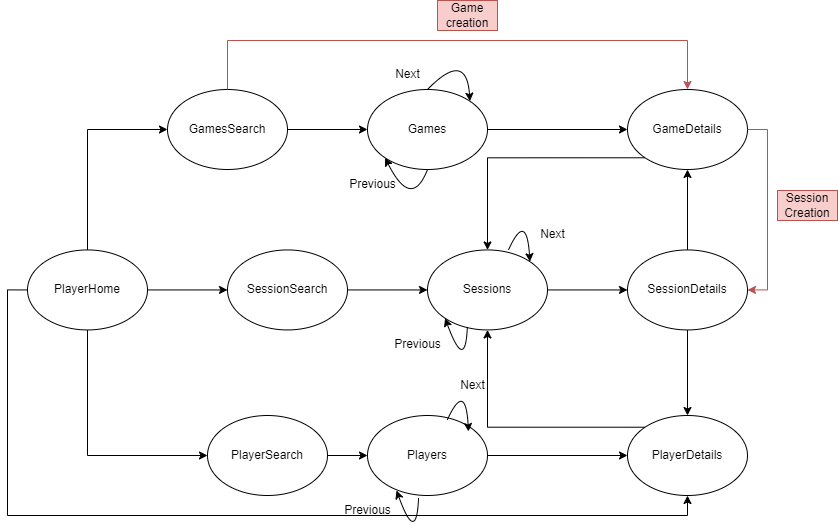
Above: Docs/SPA/SPA.drawio.png in isel-leic-ls/2324-2-LEIC42D-G06 (draw.io), before the change. Source tidied: cells renumbered, new cells last; positions are measured from the earlier drawing's top-left corner, leaving out a move shared by most shapes.
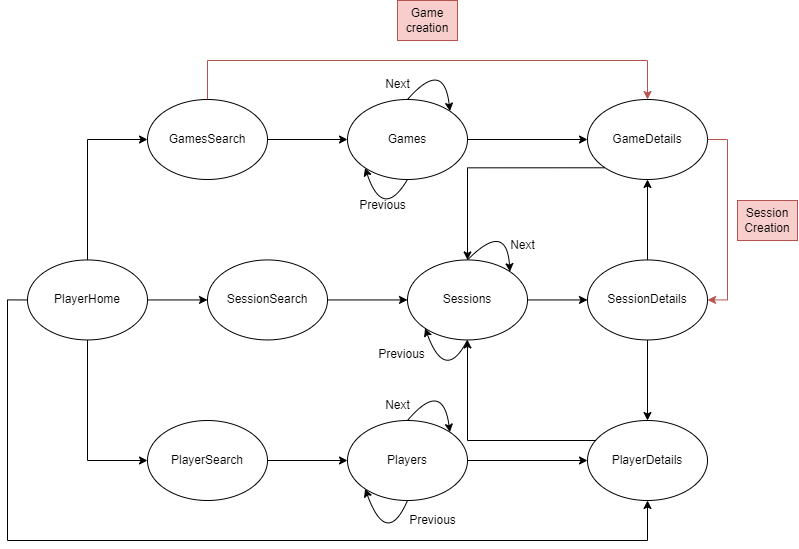
Above is the later version.

Change to the diagram source:
```diff
@@ -12,28 +12,34 @@
       <mxGeometry relative="1" as="geometry" />
     </mxCell>
     <mxCell id="5" style="edgeStyle=orthogonalEdgeStyle;rounded=0;jettySize=auto;html=1;exitX=0;exitY=0.5;exitDx=0;exitDy=0;entryX=0.5;entryY=1;entryDx=0;entryDy=0;" parent="1" edge="1" source="6" target="17">
-      <mxGeometry relative="1" as="geometry" />
+      <mxGeometry relative="1" as="geometry">
+        <Array as="points">
+          <mxPoint x="-40" y="289" />
+          <mxPoint x="-40" y="530" />
+          <mxPoint x="600" y="530" />
+        </Array>
+      </mxGeometry>
     </mxCell>
     <mxCell id="6" value="PlayerHome" style="ellipse;whiteSpace=wrap;html=1;rotation=0;" parent="1" vertex="1">
-      <mxGeometry y="249.4" width="120" height="80" as="geometry" />
+      <mxGeometry x="-20" y="249.4" width="120" height="80" as="geometry" />
     </mxCell>
     <mxCell id="7" style="edgeStyle=orthogonalEdgeStyle;rounded=0;jettySize=auto;html=1;exitX=1;exitY=0.5;exitDx=0;exitDy=0;" parent="1" edge="1" source="8" target="23">
       <mxGeometry relative="1" as="geometry" />
     </mxCell>
     <mxCell id="8" value="GamesSearch" style="ellipse;whiteSpace=wrap;html=1;rotation=0;" parent="1" vertex="1">
-      <mxGeometry x="140" y="89" width="120" height="80" as="geometry" />
+      <mxGeometry x="100" y="89" width="120" height="80" as="geometry" />
     </mxCell>
     <mxCell id="9" style="edgeStyle=orthogonalEdgeStyle;rounded=0;jettySize=auto;html=1;exitX=1;exitY=0.5;exitDx=0;exitDy=0;entryX=0;entryY=0.5;entryDx=0;entryDy=0;" parent="1" edge="1" source="10" target="12">
       <mxGeometry relative="1" as="geometry" />
     </mxCell>
     <mxCell id="10" value="SessionSearch" style="ellipse;whiteSpace=wrap;html=1;rotation=0;" parent="1" vertex="1">
-      <mxGeometry x="200" y="249.4" width="120" height="80" as="geometry" />
+      <mxGeometry x="160" y="249.4" width="120" height="80" as="geometry" />
     </mxCell>
     <mxCell id="11" style="edgeStyle=orthogonalEdgeStyle;rounded=0;jettySize=auto;html=1;exitX=1;exitY=0.5;exitDx=0;exitDy=0;entryX=0;entryY=0.5;entryDx=0;entryDy=0;" parent="1" edge="1" source="12" target="15">
       <mxGeometry relative="1" as="geometry" />
     </mxCell>
     <mxCell id="12" value="Sessions" style="ellipse;whiteSpace=wrap;html=1;rotation=0;" parent="1" vertex="1">
-      <mxGeometry x="400" y="249.4" width="120" height="80" as="geometry" />
+      <mxGeometry x="360" y="249.4" width="120" height="80" as="geometry" />
     </mxCell>
     <mxCell id="13" style="edgeStyle=orthogonalEdgeStyle;rounded=0;jettySize=auto;html=1;exitX=0.5;exitY=0;exitDx=0;exitDy=0;entryX=0.5;entryY=1;entryDx=0;entryDy=0;" parent="1" edge="1" source="15" target="19">
       <mxGeometry relative="1" as="geometry" />
@@ -42,118 +48,124 @@
       <mxGeometry relative="1" as="geometry" />
     </mxCell>
     <mxCell id="15" value="SessionDetails" style="ellipse;whiteSpace=wrap;html=1;rotation=0;" parent="1" vertex="1">
-      <mxGeometry x="600" y="249.4" width="120" height="80" as="geometry" />
+      <mxGeometry x="540" y="249.4" width="120" height="80" as="geometry" />
     </mxCell>
     <mxCell id="16" style="edgeStyle=orthogonalEdgeStyle;rounded=0;jettySize=auto;html=1;exitX=0;exitY=0;exitDx=0;exitDy=0;entryX=0.5;entryY=1;entryDx=0;entryDy=0;" parent="1" edge="1" source="17" target="12">
-      <mxGeometry relative="1" as="geometry" />
+      <mxGeometry relative="1" as="geometry">
+        <Array as="points">
+          <mxPoint x="558" y="430" />
+          <mxPoint x="420" y="430" />
+        </Array>
+      </mxGeometry>
     </mxCell>
     <mxCell id="17" value="PlayerDetails" style="ellipse;whiteSpace=wrap;html=1;rotation=0;" parent="1" vertex="1">
-      <mxGeometry x="600" y="415" width="120" height="80" as="geometry" />
+      <mxGeometry x="540" y="410" width="120" height="80" as="geometry" />
     </mxCell>
     <mxCell id="18" style="edgeStyle=orthogonalEdgeStyle;rounded=0;jettySize=auto;html=1;exitX=0;exitY=1;exitDx=0;exitDy=0;entryX=0.5;entryY=0;entryDx=0;entryDy=0;" parent="1" edge="1" source="19" target="12">
       <mxGeometry relative="1" as="geometry" />
     </mxCell>
     <mxCell id="19" value="GameDetails" style="ellipse;whiteSpace=wrap;html=1;rotation=0;" parent="1" vertex="1">
-      <mxGeometry x="600" y="89" width="120" height="80" as="geometry" />
+      <mxGeometry x="540" y="89" width="120" height="80" as="geometry" />
     </mxCell>
     <mxCell id="20" value="Previous" style="text;html=1;align=center;verticalAlign=middle;strokeColor=none;fillColor=none;" parent="1" vertex="1">
-      <mxGeometry x="355" y="329.4" width="70" height="30" as="geometry" />
+      <mxGeometry x="319" y="329.4" width="70" height="30" as="geometry" />
     </mxCell>
     <mxCell id="21" value="Next" style="text;html=1;align=center;verticalAlign=middle;strokeColor=none;fillColor=none;" parent="1" vertex="1">
-      <mxGeometry x="500" y="219.4" width="50" height="30" as="geometry" />
+      <mxGeometry x="450" y="220" width="50" height="30" as="geometry" />
     </mxCell>
     <mxCell id="22" style="edgeStyle=orthogonalEdgeStyle;rounded=0;jettySize=auto;html=1;exitX=1;exitY=0.5;exitDx=0;exitDy=0;entryX=0;entryY=0.5;entryDx=0;entryDy=0;" parent="1" edge="1" source="23" target="19">
       <mxGeometry relative="1" as="geometry" />
     </mxCell>
     <mxCell id="23" value="Games" style="ellipse;whiteSpace=wrap;html=1;rotation=0;" parent="1" vertex="1">
-      <mxGeometry x="340" y="89" width="120" height="80" as="geometry" />
+      <mxGeometry x="300" y="89" width="120" height="80" as="geometry" />
     </mxCell>
     <mxCell id="24" value="Next" style="text;html=1;align=center;verticalAlign=middle;strokeColor=none;fillColor=none;" parent="1" vertex="1">
-      <mxGeometry x="355" y="59" width="50" height="30" as="geometry" />
+      <mxGeometry x="325" y="59" width="50" height="30" as="geometry" />
     </mxCell>
     <mxCell id="25" value="Previous" style="text;html=1;align=center;verticalAlign=middle;strokeColor=none;fillColor=none;" parent="1" vertex="1">
-      <mxGeometry x="310" y="169" width="70" height="30" as="geometry" />
+      <mxGeometry x="300" y="180" width="70" height="30" as="geometry" />
     </mxCell>
-    <mxCell id="26" style="curved=1;endArrow=classic;html=1;rounded=0;exitX=0.5;exitY=0;exitDx=0;exitDy=0;entryX=1;entryY=0;entryDx=0;entryDy=0;" parent="1" edge="1" source="23" target="23">
-      <mxGeometry relative="1" as="geometry">
-        <Array as="points">
-          <mxPoint x="439" y="49" />
-        </Array>
-      </mxGeometry>
-    </mxCell>
-    <mxCell id="27" style="curved=1;endArrow=classic;html=1;rounded=0;exitX=0.5;exitY=1;exitDx=0;exitDy=0;entryX=0;entryY=1;entryDx=0;entryDy=0;" parent="1" edge="1" source="23" target="23">
-      <mxGeometry relative="1" as="geometry">
-        <Array as="points">
-          <mxPoint x="384" y="210" />
-        </Array>
-      </mxGeometry>
-    </mxCell>
-    <mxCell id="28" style="curved=1;endArrow=classic;html=1;rounded=0;exitX=0.676;exitY=-0.004;exitDx=0;exitDy=0;entryX=1;entryY=0;entryDx=0;entryDy=0;exitPerimeter=0;" parent="1" edge="1" source="12" target="12">
+    <mxCell id="28" style="curved=1;endArrow=classic;html=1;rounded=0;exitX=0.5;exitY=0;exitDx=0;exitDy=0;entryX=1;entryY=0;entryDx=0;entryDy=0;" parent="1" edge="1" source="12" target="12">
       <mxGeometry relative="1" as="geometry">
         <Array as="points">
-          <mxPoint x="499" y="210" />
+          <mxPoint x="459" y="210" />
         </Array>
       </mxGeometry>
     </mxCell>
-    <mxCell id="29" style="curved=1;endArrow=classic;html=1;rounded=0;exitX=0.332;exitY=0.961;exitDx=0;exitDy=0;entryX=0;entryY=1;entryDx=0;entryDy=0;exitPerimeter=0;" parent="1" edge="1" source="12" target="12">
+    <mxCell id="29" style="curved=1;endArrow=classic;html=1;rounded=0;exitX=0.5;exitY=1;exitDx=0;exitDy=0;entryX=0;entryY=1;entryDx=0;entryDy=0;" parent="1" edge="1" source="12" target="12">
       <mxGeometry relative="1" as="geometry">
         <Array as="points">
-          <mxPoint x="437.9" y="372.7" />
+          <mxPoint x="397.9" y="372.7" />
         </Array>
       </mxGeometry>
     </mxCell>
     <mxCell id="30" value="Game creation" style="text;html=1;align=center;verticalAlign=middle;whiteSpace=wrap;rounded=0;fillColor=#f8cecc;strokeColor=#b85450;" parent="1" vertex="1">
-      <mxGeometry x="410" width="60" height="30" as="geometry" />
+      <mxGeometry x="350" y="-10" width="60" height="40" as="geometry" />
     </mxCell>
     <mxCell id="31" value="Session Creation" style="text;html=1;align=center;verticalAlign=middle;whiteSpace=wrap;rounded=0;fillColor=#f8cecc;strokeColor=#b85450;" parent="1" vertex="1">
-      <mxGeometry x="750" y="190" width="60" height="30" as="geometry" />
+      <mxGeometry x="690" y="190" width="60" height="40" as="geometry" />
     </mxCell>
     <mxCell id="32" style="edgeStyle=orthogonalEdgeStyle;rounded=0;jettySize=auto;html=1;entryX=0.5;entryY=0;entryDx=0;entryDy=0;fillColor=#f8cecc;strokeColor=#b85450;" parent="1" edge="1" source="8" target="19">
       <mxGeometry relative="1" as="geometry">
         <Array as="points">
-          <mxPoint x="200" y="40" />
-          <mxPoint x="660" y="40" />
+          <mxPoint x="160" y="50" />
+          <mxPoint x="600" y="50" />
         </Array>
       </mxGeometry>
     </mxCell>
     <mxCell id="33" style="edgeStyle=orthogonalEdgeStyle;rounded=0;jettySize=auto;html=1;exitX=1;exitY=0.5;exitDx=0;exitDy=0;entryX=1;entryY=0.5;entryDx=0;entryDy=0;fillColor=#f8cecc;strokeColor=#b85450;" parent="1" edge="1" source="19" target="15">
-      <mxGeometry relative="1" as="geometry" />
+      <mxGeometry relative="1" as="geometry">
+        <Array as="points">
+          <mxPoint x="680" y="129" />
+          <mxPoint x="680" y="289" />
+        </Array>
+      </mxGeometry>
     </mxCell>
     <mxCell id="34" style="edgeStyle=orthogonalEdgeStyle;rounded=0;jettySize=auto;html=1;exitX=1;exitY=0.5;exitDx=0;exitDy=0;entryX=0;entryY=0.5;entryDx=0;entryDy=0;" parent="1" edge="1" source="35" target="37">
       <mxGeometry relative="1" as="geometry" />
     </mxCell>
     <mxCell id="35" value="PlayerSearch" style="ellipse;whiteSpace=wrap;html=1;rotation=0;" parent="1" vertex="1">
-      <mxGeometry x="180" y="415" width="120" height="80" as="geometry" />
+      <mxGeometry x="100" y="410" width="120" height="80" as="geometry" />
     </mxCell>
     <mxCell id="36" style="edgeStyle=orthogonalEdgeStyle;rounded=0;jettySize=auto;html=1;exitX=1;exitY=0.5;exitDx=0;exitDy=0;entryX=0;entryY=0.5;entryDx=0;entryDy=0;" parent="1" edge="1" source="37" target="17">
       <mxGeometry relative="1" as="geometry" />
     </mxCell>
     <mxCell id="37" value="Players" style="ellipse;whiteSpace=wrap;html=1;rotation=0;" parent="1" vertex="1">
-      <mxGeometry x="340" y="415" width="120" height="80" as="geometry" />
+      <mxGeometry x="300" y="410" width="120" height="80" as="geometry" />
     </mxCell>
-    <mxCell id="38" style="curved=1;endArrow=classic;html=1;rounded=0;exitX=0.676;exitY=-0.004;exitDx=0;exitDy=0;entryX=1;entryY=0;entryDx=0;entryDy=0;exitPerimeter=0;" parent="1" edge="1">
-      <mxGeometry relative="1" as="geometry">
-        <mxPoint x="420" y="419" as="sourcePoint" />
-        <mxPoint x="441" y="431" as="targetPoint" />
-        <Array as="points">
-          <mxPoint x="438" y="380" />
-        </Array>
-      </mxGeometry>
-    </mxCell>
     <mxCell id="39" value="Next" style="text;html=1;align=center;verticalAlign=middle;points=[];strokeColor=none;fillColor=none;" parent="1" vertex="1">
-      <mxGeometry x="420" y="370" width="50" height="30" as="geometry" />
+      <mxGeometry x="325" y="380" width="50" height="30" as="geometry" />
     </mxCell>
-    <mxCell id="40" style="curved=1;endArrow=classic;html=1;rounded=0;exitX=0.332;exitY=0.961;exitDx=0;exitDy=0;entryX=0;entryY=1;entryDx=0;entryDy=0;exitPerimeter=0;" parent="1" edge="1">
-      <mxGeometry relative="1" as="geometry">
-        <mxPoint x="391" y="498" as="sourcePoint" />
-        <mxPoint x="369" y="490" as="targetPoint" />
-        <Array as="points">
-          <mxPoint x="388.9" y="544.7" />
-        </Array>
-      </mxGeometry>
-    </mxCell>
     <mxCell id="41" value="Previous" style="text;html=1;align=center;verticalAlign=middle;strokeColor=none;fillColor=none;" parent="1" vertex="1">
-      <mxGeometry x="305" y="495" width="70" height="30" as="geometry" />
+      <mxGeometry x="350" y="495" width="70" height="30" as="geometry" />
     </mxCell>
+    <mxCell id="42" style="curved=1;endArrow=classic;html=1;rounded=0;entryX=1;entryY=0;entryDx=0;entryDy=0;exitX=0.5;exitY=0;exitDx=0;exitDy=0;" parent="1" edge="1" source="23" target="23">
+      <mxGeometry relative="1" as="geometry">
+        <Array as="points">
+          <mxPoint x="396.4" y="47.6" />
+        </Array>
+      </mxGeometry>
+    </mxCell>
+    <mxCell id="43" style="curved=1;endArrow=classic;html=1;rounded=0;exitX=0.5;exitY=1;exitDx=0;exitDy=0;entryX=0;entryY=1;entryDx=0;entryDy=0;" parent="1" edge="1" source="23" target="23">
+      <mxGeometry relative="1" as="geometry">
+        <Array as="points">
+          <mxPoint x="335.3" y="210.4" />
+        </Array>
+      </mxGeometry>
+    </mxCell>
+    <mxCell id="44" style="curved=1;endArrow=classic;html=1;rounded=0;exitX=0.5;exitY=1;exitDx=0;exitDy=0;entryX=0;entryY=1;entryDx=0;entryDy=0;" parent="1" edge="1" source="37" target="37">
+      <mxGeometry relative="1" as="geometry">
+        <Array as="points">
+          <mxPoint x="339.3" y="537.5" />
+        </Array>
+      </mxGeometry>
+    </mxCell>
+    <mxCell id="45" style="curved=1;endArrow=classic;html=1;rounded=0;entryX=1;entryY=0;entryDx=0;entryDy=0;exitX=0.7;exitY=1;exitDx=0;exitDy=0;exitPerimeter=0;" parent="1" edge="1" source="39" target="37">
+      <mxGeometry relative="1" as="geometry">
+        <Array as="points">
+          <mxPoint x="395.2" y="368.5" />
+        </Array>
+      </mxGeometry>
+    </mxCell>
   </root>
 </mxGraphModel>
```
